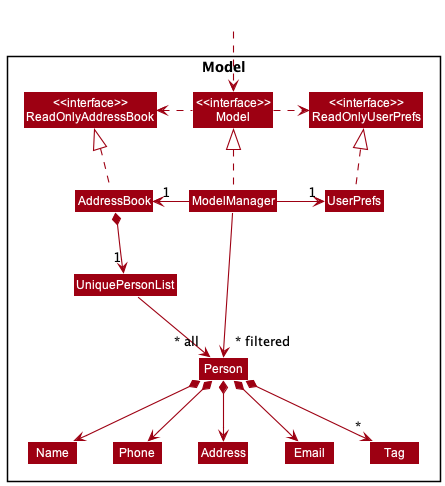
The PlantUML diagram docs/images/ModelClassDiagram.png in nus-cs2103-AY2223S2/tp, before a commit. Source of this version:
```plantuml
@startuml
!include style.puml
skinparam arrowThickness 1.1
skinparam arrowColor MODEL_COLOR
skinparam classBackgroundColor MODEL_COLOR

Package Model <<Rectangle>>{
Class "<<interface>>\nReadOnlyAddressBook" as ReadOnlyAddressBook
Class "<<interface>>\nReadOnlyUserPrefs" as ReadOnlyUserPrefs
Class "<<interface>>\nModel" as Model
Class AddressBook
Class ModelManager
Class UserPrefs

Class UniquePersonList
Class Person
Class Address
Class Email
Class Name
Class Phone
Class Tag

}

Class HiddenOutside #FFFFFF
HiddenOutside ..> Model

AddressBook .up.|> ReadOnlyAddressBook

ModelManager .up.|> Model
Model .right.> ReadOnlyUserPrefs
Model .left.> ReadOnlyAddressBook
ModelManager -left-> "1" AddressBook
ModelManager -right-> "1" UserPrefs
UserPrefs .up.|> ReadOnlyUserPrefs

AddressBook *--> "1" UniquePersonList
UniquePersonList --> "~* all" Person
Person *--> Name
Person *--> Phone
Person *--> Email
Person *--> Address
Person *--> "*" Tag

Name -[hidden]right-> Phone
Phone -[hidden]right-> Address
Address -[hidden]right-> Email

ModelManager -->"~* filtered" Person
@enduml
```
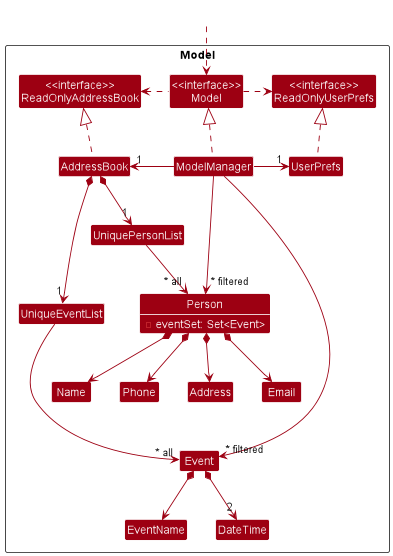
Above is the later version.

What changed in the source:
```diff
@@ -13,13 +13,18 @@
 Class UserPrefs
 
 Class UniquePersonList
-Class Person
+Class Person {
+    - eventSet: Set<Event>
+}
 Class Address
 Class Email
 Class Name
 Class Phone
-Class Tag
 
+Class UniqueEventList
+Class Event
+Class EventName
+Class DateTime
 }
 
 Class HiddenOutside #FFFFFF
@@ -40,11 +45,18 @@
 Person *--> Phone
 Person *--> Email
 Person *--> Address
-Person *--> "*" Tag
+
+AddressBook *--> "1" UniqueEventList
+UniqueEventList --> "~* all" Event
+Event *--> EventName
+Event *--> "2" DateTime
 
 Name -[hidden]right-> Phone
 Phone -[hidden]right-> Address
 Address -[hidden]right-> Email
 
+EventName -[hidden]right-> DateTime
+
 ModelManager -->"~* filtered" Person
+ModelManager ----->"~* filtered" Event
 @enduml
```
